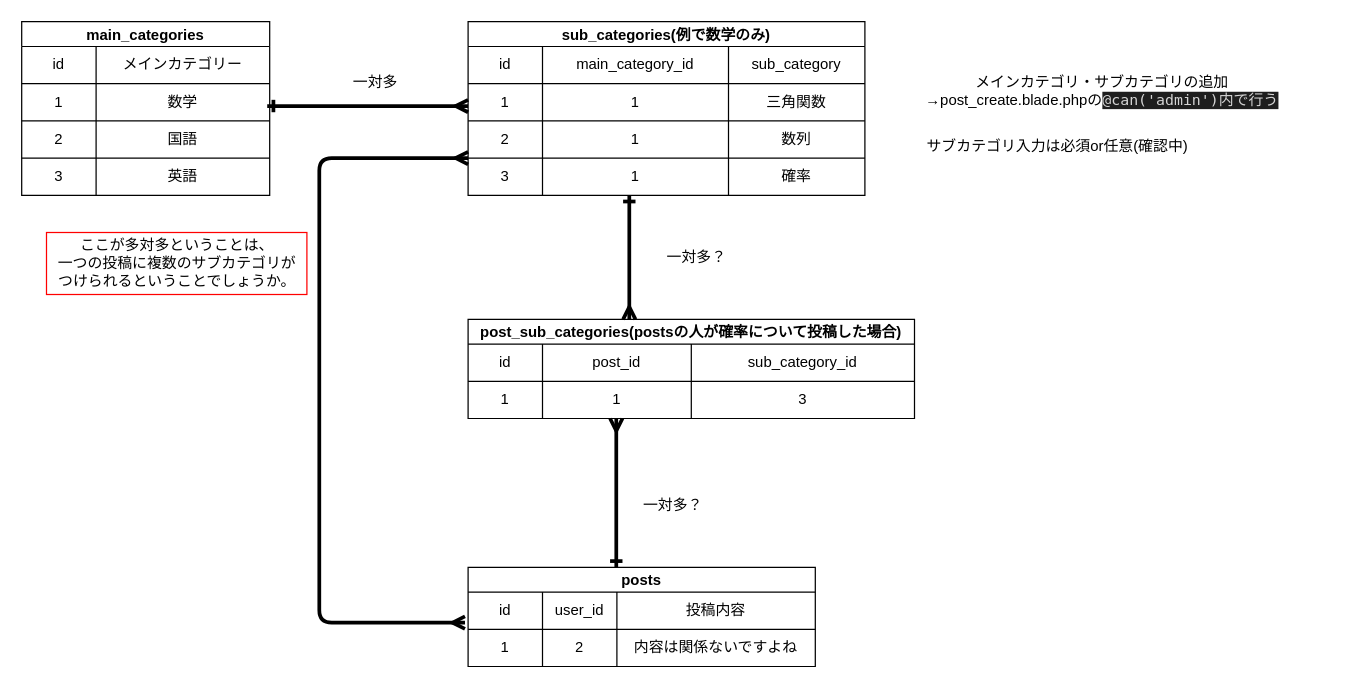
The draw.io diagram compass.dio in I-Kouta/compass, before the edit. Source tidied: cells renumbered, new cells numbered last; positions are measured from the earlier drawing's top-left corner, leaving out a move shared by most shapes. Both pictures are drawn from the tidied source at 124%, with x=0, y=0 at pixel (21, 21).
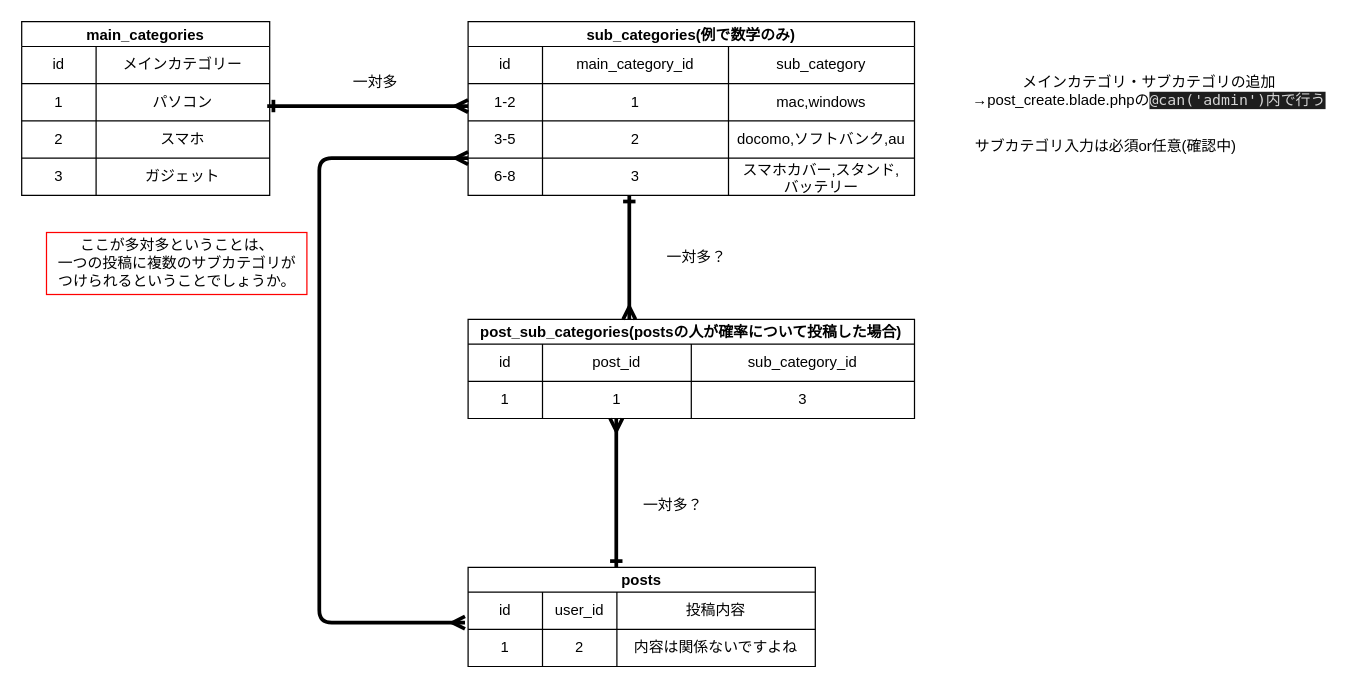
The same page after the edit.

Unchanged cells that the change refers to:
```xml
<mxCell id="16" style="shape=partialRectangle;html=1;whiteSpace=wrap;fillColor=none;top=0;left=0;bottom=0;right=0;" parent="12" vertex="1">
  <mxGeometry y="50" width="200" height="30" as="geometry" />
</mxCell>
<mxCell id="19" style="shape=partialRectangle;html=1;whiteSpace=wrap;fillColor=none;top=0;left=0;bottom=0;right=0;" parent="12" vertex="1">
  <mxGeometry y="80" width="200" height="30" as="geometry" />
</mxCell>
<mxCell id="22" style="shape=partialRectangle;html=1;whiteSpace=wrap;fillColor=none;top=0;left=0;bottom=0;right=0;" parent="12" vertex="1">
  <mxGeometry y="110" width="200" height="30" as="geometry" />
</mxCell>
```

What changed in the source:
```diff
@@
     <mxCell id="2" value="サブカテゴリ入力は必須or任意(確認中)" style="text;html=1;align=center;verticalAlign=middle;strokeColor=#FFFFFF;fillColor=none;shadow=0;" parent="1" vertex="1">
-      <mxGeometry x="720" y="91" width="230" height="20" as="geometry" />
+      <mxGeometry x="759" y="91" width="230" height="20" as="geometry" />
     </mxCell>
@@
-    <mxCell id="18" value="数学" style="shape=partialRectangle;html=1;whiteSpace=wrap;fillColor=none;top=0;left=0;bottom=0;right=0;overflow=hidden;" parent="16" vertex="1">
+    <mxCell id="18" value="パソコン" style="shape=partialRectangle;html=1;whiteSpace=wrap;fillColor=none;top=0;left=0;bottom=0;right=0;overflow=hidden;" parent="16" vertex="1">
       <mxGeometry x="60" width="140" height="30" as="geometry" />
     </mxCell>
@@
-    <mxCell id="21" value="国語" style="shape=partialRectangle;html=1;whiteSpace=wrap;fillColor=none;top=0;left=0;bottom=0;right=0;overflow=hidden;" parent="19" vertex="1">
+    <mxCell id="21" value="スマホ" style="shape=partialRectangle;html=1;whiteSpace=wrap;fillColor=none;top=0;left=0;bottom=0;right=0;overflow=hidden;" parent="19" vertex="1">
       <mxGeometry x="60" width="140" height="30" as="geometry" />
     </mxCell>
@@
-    <mxCell id="24" value="英語" style="shape=partialRectangle;html=1;whiteSpace=wrap;fillColor=none;top=0;left=0;bottom=0;right=0;overflow=hidden;" parent="22" vertex="1">
+    <mxCell id="24" value="ガジェット" style="shape=partialRectangle;html=1;whiteSpace=wrap;fillColor=none;top=0;left=0;bottom=0;right=0;overflow=hidden;" parent="22" vertex="1">
       <mxGeometry x="60" width="140" height="30" as="geometry" />
     </mxCell>
     <mxCell id="25" value="sub_categories(例で数学のみ)" style="shape=table;startSize=20;childLayout=tableLayout;fontStyle=1;align=center;" parent="1" vertex="1">
-      <mxGeometry x="360" width="320" height="140" as="geometry" />
+      <mxGeometry x="360" width="360" height="140" as="geometry" />
     </mxCell>
     <mxCell id="26" style="shape=partialRectangle;html=1;whiteSpace=wrap;fillColor=none;top=0;left=0;bottom=0;right=0;" parent="25" vertex="1">
-      <mxGeometry y="20" width="320" height="30" as="geometry" />
+      <mxGeometry y="20" width="360" height="30" as="geometry" />
     </mxCell>
@@
     <mxCell id="29" value="sub_category" style="shape=partialRectangle;html=1;whiteSpace=wrap;fillColor=none;top=0;left=0;bottom=0;right=0;overflow=hidden;" parent="26" vertex="1">
-      <mxGeometry x="210" width="110" height="30" as="geometry" />
+      <mxGeometry x="210" width="150" height="30" as="geometry" />
     </mxCell>
     <mxCell id="30" style="shape=partialRectangle;html=1;whiteSpace=wrap;fillColor=none;top=0;left=0;bottom=0;right=0;" parent="25" vertex="1">
-      <mxGeometry y="50" width="320" height="30" as="geometry" />
+      <mxGeometry y="50" width="360" height="30" as="geometry" />
     </mxCell>
-    <mxCell id="31" value="1" style="shape=partialRectangle;html=1;whiteSpace=wrap;fillColor=none;top=0;left=0;bottom=0;right=0;overflow=hidden;" parent="30" vertex="1">
+    <mxCell id="31" value="1-2" style="shape=partialRectangle;html=1;whiteSpace=wrap;fillColor=none;top=0;left=0;bottom=0;right=0;overflow=hidden;" parent="30" vertex="1">
       <mxGeometry width="60" height="30" as="geometry" />
     </mxCell>
@@
-    <mxCell id="33" value="三角関数" style="shape=partialRectangle;html=1;whiteSpace=wrap;fillColor=none;top=0;left=0;bottom=0;right=0;overflow=hidden;" parent="30" vertex="1">
-      <mxGeometry x="210" width="110" height="30" as="geometry" />
+    <mxCell id="33" value="mac,windows" style="shape=partialRectangle;html=1;whiteSpace=wrap;fillColor=none;top=0;left=0;bottom=0;right=0;overflow=hidden;" parent="30" vertex="1">
+      <mxGeometry x="210" width="150" height="30" as="geometry" />
     </mxCell>
     <mxCell id="34" style="shape=partialRectangle;html=1;whiteSpace=wrap;fillColor=none;top=0;left=0;bottom=0;right=0;" parent="25" vertex="1">
-      <mxGeometry y="80" width="320" height="30" as="geometry" />
+      <mxGeometry y="80" width="360" height="30" as="geometry" />
     </mxCell>
-    <mxCell id="35" value="2" style="shape=partialRectangle;html=1;whiteSpace=wrap;fillColor=none;top=0;left=0;bottom=0;right=0;overflow=hidden;" parent="34" vertex="1">
+    <mxCell id="35" value="3-5" style="shape=partialRectangle;html=1;whiteSpace=wrap;fillColor=none;top=0;left=0;bottom=0;right=0;overflow=hidden;" parent="34" vertex="1">
       <mxGeometry width="60" height="30" as="geometry" />
     </mxCell>
-    <mxCell id="36" value="1" style="shape=partialRectangle;html=1;whiteSpace=wrap;fillColor=none;top=0;left=0;bottom=0;right=0;overflow=hidden;" parent="34" vertex="1">
+    <mxCell id="36" value="2" style="shape=partialRectangle;html=1;whiteSpace=wrap;fillColor=none;top=0;left=0;bottom=0;right=0;overflow=hidden;" parent="34" vertex="1">
       <mxGeometry x="60" width="150" height="30" as="geometry" />
     </mxCell>
-    <mxCell id="37" value="数列" style="shape=partialRectangle;html=1;whiteSpace=wrap;fillColor=none;top=0;left=0;bottom=0;right=0;overflow=hidden;" parent="34" vertex="1">
-      <mxGeometry x="210" width="110" height="30" as="geometry" />
+    <mxCell id="37" value="docomo,ソフトバンク,au" style="shape=partialRectangle;html=1;whiteSpace=wrap;fillColor=none;top=0;left=0;bottom=0;right=0;overflow=hidden;" parent="34" vertex="1">
+      <mxGeometry x="210" width="150" height="30" as="geometry" />
     </mxCell>
     <mxCell id="38" style="shape=partialRectangle;html=1;whiteSpace=wrap;fillColor=none;top=0;left=0;bottom=0;right=0;" parent="25" vertex="1">
-      <mxGeometry y="110" width="320" height="30" as="geometry" />
+      <mxGeometry y="110" width="360" height="30" as="geometry" />
     </mxCell>
-    <mxCell id="39" value="3" style="shape=partialRectangle;html=1;whiteSpace=wrap;fillColor=none;top=0;left=0;bottom=0;right=0;overflow=hidden;" parent="38" vertex="1">
+    <mxCell id="39" value="6-8" style="shape=partialRectangle;html=1;whiteSpace=wrap;fillColor=none;top=0;left=0;bottom=0;right=0;overflow=hidden;" parent="38" vertex="1">
       <mxGeometry width="60" height="30" as="geometry" />
     </mxCell>
-    <mxCell id="40" value="1" style="shape=partialRectangle;html=1;whiteSpace=wrap;fillColor=none;top=0;left=0;bottom=0;right=0;overflow=hidden;" parent="38" vertex="1">
+    <mxCell id="40" value="3" style="shape=partialRectangle;html=1;whiteSpace=wrap;fillColor=none;top=0;left=0;bottom=0;right=0;overflow=hidden;" parent="38" vertex="1">
       <mxGeometry x="60" width="150" height="30" as="geometry" />
     </mxCell>
-    <mxCell id="41" value="確率" style="shape=partialRectangle;html=1;whiteSpace=wrap;fillColor=none;top=0;left=0;bottom=0;right=0;overflow=hidden;" parent="38" vertex="1">
-      <mxGeometry x="210" width="110" height="30" as="geometry" />
+    <mxCell id="41" value="スマホカバー,スタンド,&lt;br&gt;バッテリー" style="shape=partialRectangle;html=1;whiteSpace=wrap;fillColor=none;top=0;left=0;bottom=0;right=0;overflow=hidden;" parent="38" vertex="1">
+      <mxGeometry x="210" width="150" height="30" as="geometry" />
     </mxCell>
@@
     <mxCell id="59" value="&lt;font style=&quot;font-size: 12px&quot;&gt;メインカテゴリ・サブカテゴリの追加&lt;br&gt;→post_create.blade.phpの&lt;/font&gt;&lt;span style=&quot;background-color: rgb(30 , 30 , 30) ; color: rgb(212 , 212 , 212) ; font-family: &amp;#34;menlo&amp;#34; , &amp;#34;monaco&amp;#34; , &amp;#34;courier new&amp;#34; , monospace&quot;&gt;&lt;font style=&quot;font-size: 12px&quot;&gt;@can('admin')内で行う&lt;/font&gt;&lt;br&gt;&lt;/span&gt;" style="text;html=1;align=center;verticalAlign=middle;strokeColor=#FFFFFF;fillColor=none;shadow=0;" parent="1" vertex="1">
-      <mxGeometry x="721" y="41" width="300" height="30" as="geometry" />
+      <mxGeometry x="759" y="41" width="300" height="30" as="geometry" />
     </mxCell>
```
